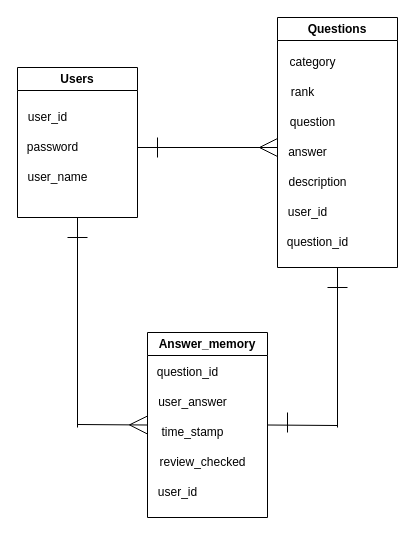
The draw.io diagram ER.dio in koki037/kihonjoho_apps, before the edit. Source tidied: cells renumbered, new cells numbered last; positions are measured from the earlier drawing's top-left corner, leaving out a move shared by most shapes. Both pictures are drawn from the tidied source at 100%, with x=0, y=0 at pixel (17, 17).
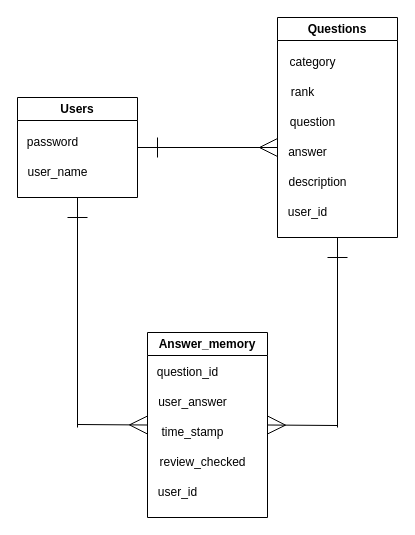
The same page after the edit.

Unchanged cells that the change refers to:
```xml
<mxCell id="19" value="Answer_memory" style="swimlane;whiteSpace=wrap;html=1;" parent="1" vertex="1">
  <mxGeometry x="130" y="315" width="120" height="185" as="geometry" />
</mxCell>
```

Diff of the diagram source:
```diff
@@
     <mxCell id="3" value="Questions" style="swimlane;whiteSpace=wrap;html=1;" parent="1" vertex="1">
-      <mxGeometry x="260" width="120" height="250" as="geometry" />
+      <mxGeometry x="260" width="120" height="220" as="geometry" />
     </mxCell>
@@
-    <mxCell id="10" value="question_id" style="text;html=1;align=center;verticalAlign=middle;strokeColor=none;fillColor=none;" parent="3" vertex="1">
-      <mxGeometry y="210" width="80" height="30" as="geometry" />
-    </mxCell>
@@
     <mxCell id="12" value="Users" style="swimlane;whiteSpace=wrap;html=1;" parent="1" vertex="1">
-      <mxGeometry y="50" width="120" height="150" as="geometry" />
+      <mxGeometry y="80" width="120" height="100" as="geometry" />
     </mxCell>
-    <mxCell id="13" value="user_id" style="text;html=1;align=center;verticalAlign=middle;strokeColor=none;fillColor=none;" parent="12" vertex="1">
-      <mxGeometry y="35" width="60" height="30" as="geometry" />
-    </mxCell>
     <mxCell id="14" value="password" style="text;html=1;align=center;verticalAlign=middle;strokeColor=none;fillColor=none;" parent="12" vertex="1">
-      <mxGeometry y="65" width="70" height="30" as="geometry" />
+      <mxGeometry y="30" width="70" height="30" as="geometry" />
     </mxCell>
     <mxCell id="15" value="user_name" style="text;html=1;align=center;verticalAlign=middle;strokeColor=none;fillColor=none;" parent="12" vertex="1">
-      <mxGeometry y="95" width="80" height="30" as="geometry" />
+      <mxGeometry y="60" width="80" height="30" as="geometry" />
     </mxCell>
@@
-    <mxCell id="18" style="edgeStyle=none;html=1;exitX=1;exitY=0.5;exitDx=0;exitDy=0;endArrow=none;endFill=0;" parent="1" edge="1" source="19">
+    <mxCell id="18" style="edgeStyle=none;html=1;exitX=1;exitY=0.5;exitDx=0;exitDy=0;endArrow=none;endFill=0;startArrow=ERmany;startFill=0;startSize=16;" parent="1" edge="1" source="19">
       <mxGeometry relative="1" as="geometry">
         <mxPoint x="320" y="408" as="targetPoint" />
       </mxGeometry>
     </mxCell>
@@
     <mxCell id="26" style="endArrow=none;html=1;endSize=16;" parent="1" edge="1">
       <mxGeometry relative="1" as="geometry">
-        <mxPoint x="50" y="220" as="sourcePoint" />
-        <mxPoint x="70" y="220" as="targetPoint" />
+        <mxPoint x="50" y="200" as="sourcePoint" />
+        <mxPoint x="70" y="200" as="targetPoint" />
       </mxGeometry>
     </mxCell>
-    <mxCell id="27" style="endArrow=none;html=1;endSize=16;" parent="1" edge="1">
-      <mxGeometry relative="1" as="geometry">
-        <mxPoint x="270" y="415" as="sourcePoint" />
-        <mxPoint x="270" y="395" as="targetPoint" />
-      </mxGeometry>
-    </mxCell>
     <mxCell id="28" style="endArrow=none;html=1;endSize=16;" parent="1" edge="1">
       <mxGeometry relative="1" as="geometry">
-        <mxPoint x="310" y="270" as="sourcePoint" />
-        <mxPoint x="330" y="270" as="targetPoint" />
+        <mxPoint x="310" y="240" as="sourcePoint" />
+        <mxPoint x="330" y="240" as="targetPoint" />
       </mxGeometry>
     </mxCell>
```
